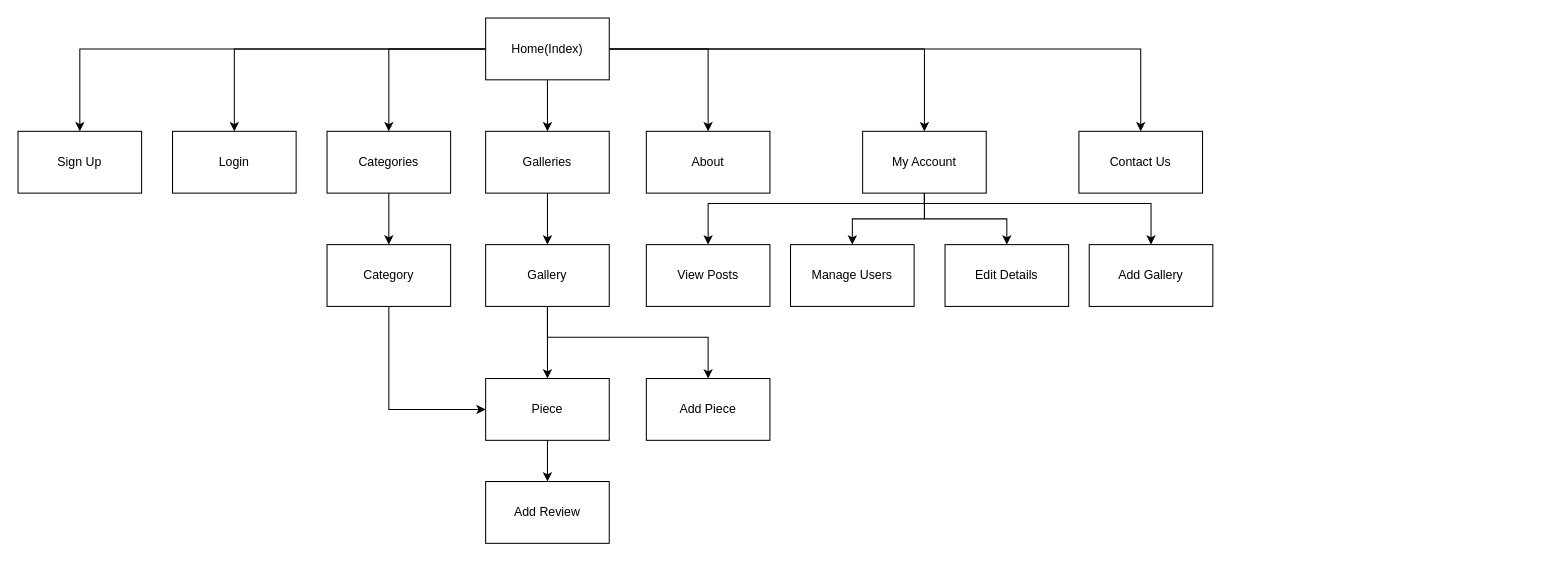
The draw.io diagram Map.drawio in RoryMcDermid/WAD2_Group_Project, before the edit. Source tidied: cells renumbered, new cells numbered last; positions are measured from the earlier drawing's top-left corner, leaving out a move shared by most shapes. Both pictures are drawn from the tidied source at 103%, with x=0, y=0 at pixel (18, 18).
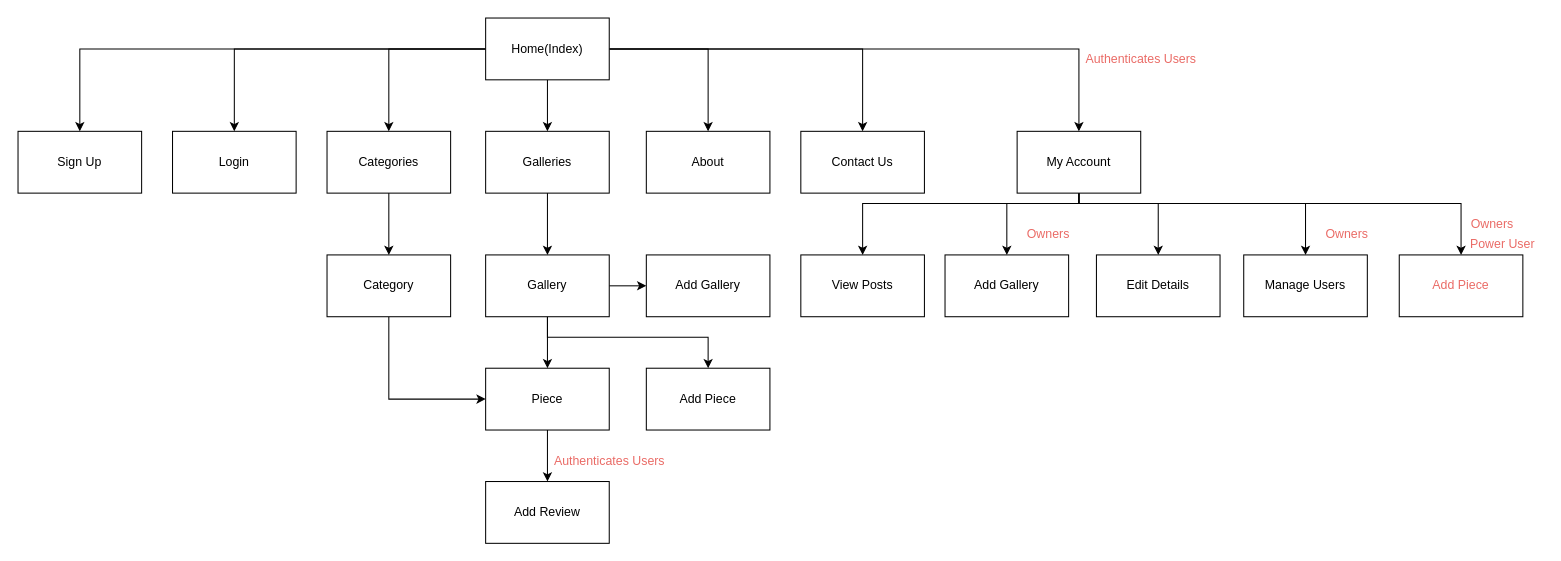
The same page after the edit.

Change to the diagram source:
```diff
@@
-    <mxCell id="11" style="edgeStyle=orthogonalEdgeStyle;rounded=0;jettySize=auto;html=1;entryX=0.5;entryY=0;entryDx=0;entryDy=0;" parent="1" edge="1" source="15" target="20">
-      <mxGeometry relative="1" as="geometry" />
+    <mxCell id="11" style="edgeStyle=orthogonalEdgeStyle;rounded=0;jettySize=auto;html=1;entryX=0.5;entryY=0;entryDx=0;entryDy=0;" parent="1" edge="1" target="20">
+      <mxGeometry relative="1" as="geometry">
+        <mxPoint x="1010" y="180" as="sourcePoint" />
+        <Array as="points">
+          <mxPoint x="970" y="180" />
+          <mxPoint x="1250" y="180" />
+        </Array>
+      </mxGeometry>
     </mxCell>
     <mxCell id="12" style="edgeStyle=orthogonalEdgeStyle;rounded=0;jettySize=auto;html=1;entryX=0.5;entryY=0;entryDx=0;entryDy=0;" parent="1" edge="1" source="15" target="21">
-      <mxGeometry relative="1" as="geometry" />
+      <mxGeometry relative="1" as="geometry">
+        <Array as="points">
+          <mxPoint x="1030" y="180" />
+          <mxPoint x="1107" y="180" />
+        </Array>
+      </mxGeometry>
     </mxCell>
@@
+    <mxCell id="36" style="edgeStyle=orthogonalEdgeStyle;rounded=0;jettySize=auto;html=1;fontColor=#EA6B66;" parent="1" edge="1" source="15" target="46">
+      <mxGeometry relative="1" as="geometry">
+        <Array as="points">
+          <mxPoint x="1030" y="180" />
+          <mxPoint x="1401" y="180" />
+        </Array>
+      </mxGeometry>
+    </mxCell>
     <mxCell id="15" value="&lt;div&gt;My Account&lt;/div&gt;" style="rounded=0;whiteSpace=wrap;html=1;" parent="1" vertex="1">
-      <mxGeometry x="820" y="110" width="120" height="60" as="geometry" />
+      <mxGeometry x="970" y="110" width="120" height="60" as="geometry" />
     </mxCell>
@@
     <mxCell id="17" value="Add Gallery" style="rounded=0;whiteSpace=wrap;html=1;" parent="1" vertex="1">
-      <mxGeometry x="1040" y="220" width="120" height="60" as="geometry" />
+      <mxGeometry x="900" y="230" width="120" height="60" as="geometry" />
     </mxCell>
     <mxCell id="18" value="Add Piece" style="rounded=0;whiteSpace=wrap;html=1;" parent="1" vertex="1">
-      <mxGeometry x="610" y="350" width="120" height="60" as="geometry" />
+      <mxGeometry x="610" y="340" width="120" height="60" as="geometry" />
     </mxCell>
     <mxCell id="19" value="View Posts" style="rounded=0;whiteSpace=wrap;html=1;" parent="1" vertex="1">
-      <mxGeometry x="610" y="220" width="120" height="60" as="geometry" />
+      <mxGeometry x="760" y="230" width="120" height="60" as="geometry" />
     </mxCell>
     <mxCell id="20" value="Manage Users" style="rounded=0;whiteSpace=wrap;html=1;" parent="1" vertex="1">
-      <mxGeometry x="750" y="220" width="120" height="60" as="geometry" />
+      <mxGeometry x="1190" y="230" width="120" height="60" as="geometry" />
     </mxCell>
     <mxCell id="21" value="Edit Details" style="rounded=0;whiteSpace=wrap;html=1;" parent="1" vertex="1">
-      <mxGeometry x="900" y="220" width="120" height="60" as="geometry" />
+      <mxGeometry x="1047" y="230" width="120" height="60" as="geometry" />
     </mxCell>
@@
     <mxCell id="25" value="Category" style="rounded=0;whiteSpace=wrap;html=1;" parent="1" vertex="1">
-      <mxGeometry x="300" y="220" width="120" height="60" as="geometry" />
+      <mxGeometry x="300" y="230" width="120" height="60" as="geometry" />
     </mxCell>
@@
+    <mxCell id="37" style="edgeStyle=orthogonalEdgeStyle;rounded=0;jettySize=auto;html=1;exitX=1;exitY=0.5;exitDx=0;exitDy=0;entryX=0;entryY=0.5;entryDx=0;entryDy=0;" parent="1" edge="1" source="30" target="39">
+      <mxGeometry relative="1" as="geometry" />
+    </mxCell>
     <mxCell id="30" value="Gallery" style="rounded=0;whiteSpace=wrap;html=1;" parent="1" vertex="1">
-      <mxGeometry x="454" y="220" width="120" height="60" as="geometry" />
+      <mxGeometry x="454" y="230" width="120" height="60" as="geometry" />
     </mxCell>
@@
     <mxCell id="32" value="Piece" style="rounded=0;whiteSpace=wrap;html=1;" parent="1" vertex="1">
-      <mxGeometry x="454" y="350" width="120" height="60" as="geometry" />
+      <mxGeometry x="454" y="340" width="120" height="60" as="geometry" />
     </mxCell>
@@
     <mxCell id="35" value="Contact Us" style="rounded=0;whiteSpace=wrap;html=1;" parent="1" vertex="1">
-      <mxGeometry x="1030" y="110" width="120" height="60" as="geometry" />
+      <mxGeometry x="760" y="110" width="120" height="60" as="geometry" />
     </mxCell>
+    <mxCell id="38" style="edgeStyle=orthogonalEdgeStyle;rounded=0;orthogonalLoop=1;jettySize=auto;html=1;exitX=0.5;exitY=1;exitDx=0;exitDy=0;" parent="1" edge="1" source="17" target="17">
+      <mxGeometry relative="1" as="geometry" />
+    </mxCell>
+    <mxCell id="39" value="Add Gallery" style="rounded=0;whiteSpace=wrap;html=1;" parent="1" vertex="1">
+      <mxGeometry x="610" y="230" width="120" height="60" as="geometry" />
+    </mxCell>
+    <mxCell id="40" value="&lt;font color=&quot;#EA6B66&quot;&gt;Authenticates Users&lt;/font&gt;" style="text;html=1;align=center;verticalAlign=middle;fillColor=none;strokeColor=none;rounded=0;" parent="1" vertex="1">
+      <mxGeometry x="1030" y="30" width="120" height="20" as="geometry" />
+    </mxCell>
+    <mxCell id="41" value="&lt;font color=&quot;#EA6B66&quot;&gt;Authenticates Users&lt;/font&gt;" style="text;html=1;align=center;verticalAlign=middle;fillColor=none;strokeColor=none;rounded=0;" parent="1" vertex="1">
+      <mxGeometry x="514" y="420" width="120" height="20" as="geometry" />
+    </mxCell>
+    <mxCell id="42" value="&lt;font color=&quot;#EA6B66&quot;&gt;Owners&lt;/font&gt;" style="text;html=1;align=center;verticalAlign=middle;fillColor=none;strokeColor=none;rounded=0;" parent="1" vertex="1">
+      <mxGeometry x="970" y="200" width="60" height="20" as="geometry" />
+    </mxCell>
+    <mxCell id="43" value="&lt;font color=&quot;#EA6B66&quot;&gt;Owners&lt;/font&gt;" style="text;html=1;align=center;verticalAlign=middle;fillColor=none;strokeColor=none;rounded=0;" parent="1" vertex="1">
+      <mxGeometry x="1401" y="190" width="60" height="20" as="geometry" />
+    </mxCell>
+    <mxCell id="44" value="&lt;font color=&quot;#EA6B66&quot;&gt;Power User&lt;/font&gt;" style="text;html=1;align=center;verticalAlign=middle;fillColor=none;strokeColor=none;rounded=0;" parent="1" vertex="1">
+      <mxGeometry x="1401" y="210" width="80" height="20" as="geometry" />
+    </mxCell>
+    <mxCell id="45" value="&lt;font color=&quot;#EA6B66&quot;&gt;Owners&lt;/font&gt;" style="text;html=1;align=center;verticalAlign=middle;fillColor=none;strokeColor=none;rounded=0;" parent="1" vertex="1">
+      <mxGeometry x="1260" y="200" width="60" height="20" as="geometry" />
+    </mxCell>
+    <mxCell id="46" value="Add Piece" style="rounded=0;whiteSpace=wrap;html=1;fontColor=#EA6B66;strokeColor=#000000;fillColor=#FFFFFF;" parent="1" vertex="1">
+      <mxGeometry x="1341" y="230" width="120" height="60" as="geometry" />
+    </mxCell>
```
